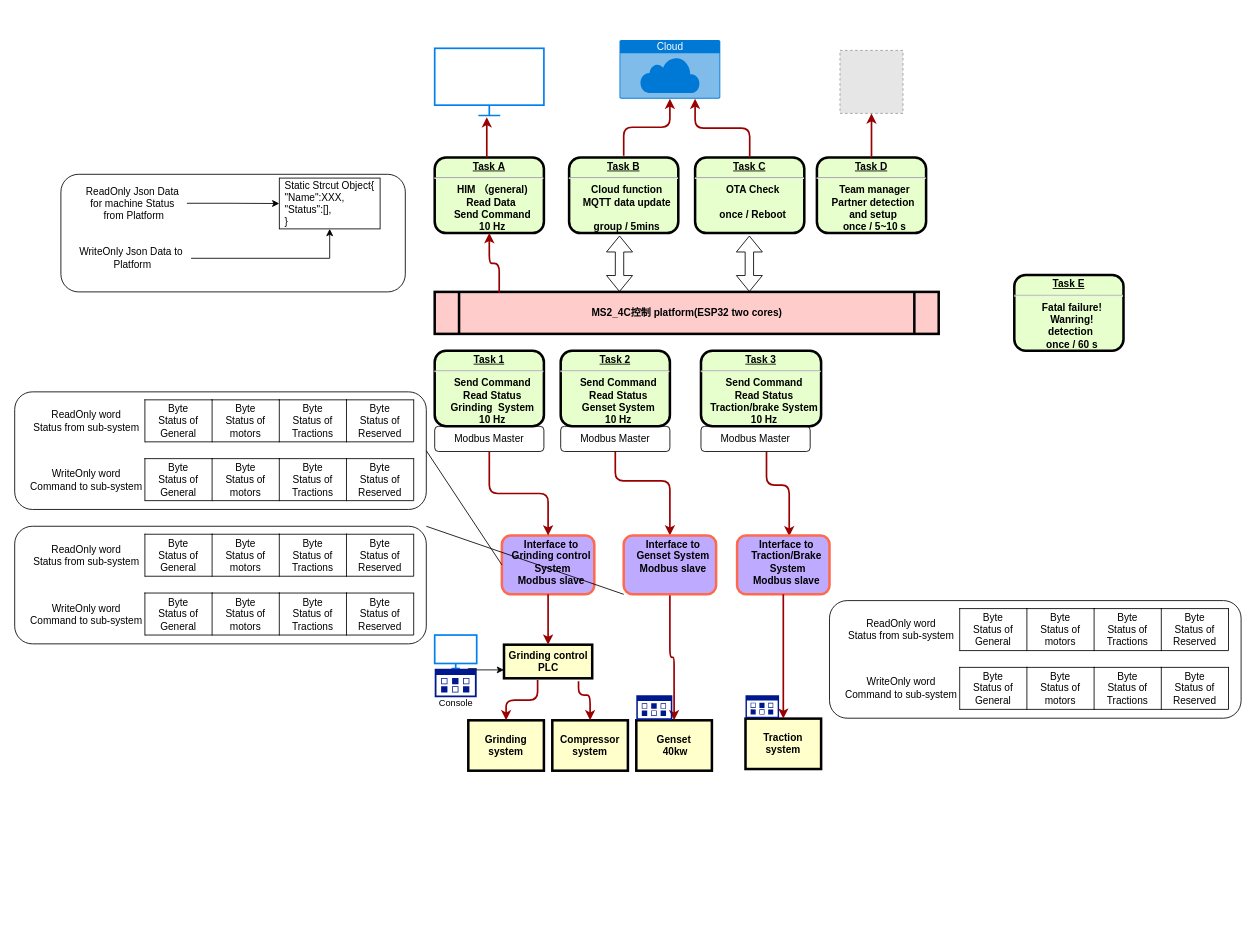
This is MS2_4C_hardware.drawio from kartwu/ESP32-wqj, a draw.io file, before an edit. Source tidied: cells renumbered, new cells numbered last; positions are measured from the earlier drawing's top-left corner, leaving out a move shared by most shapes. Both pictures are drawn from the tidied source at 84%, with x=0, y=0 at pixel (14, 39). Pictures stored in the file or linked from it are replaced by grey dashed boxes.
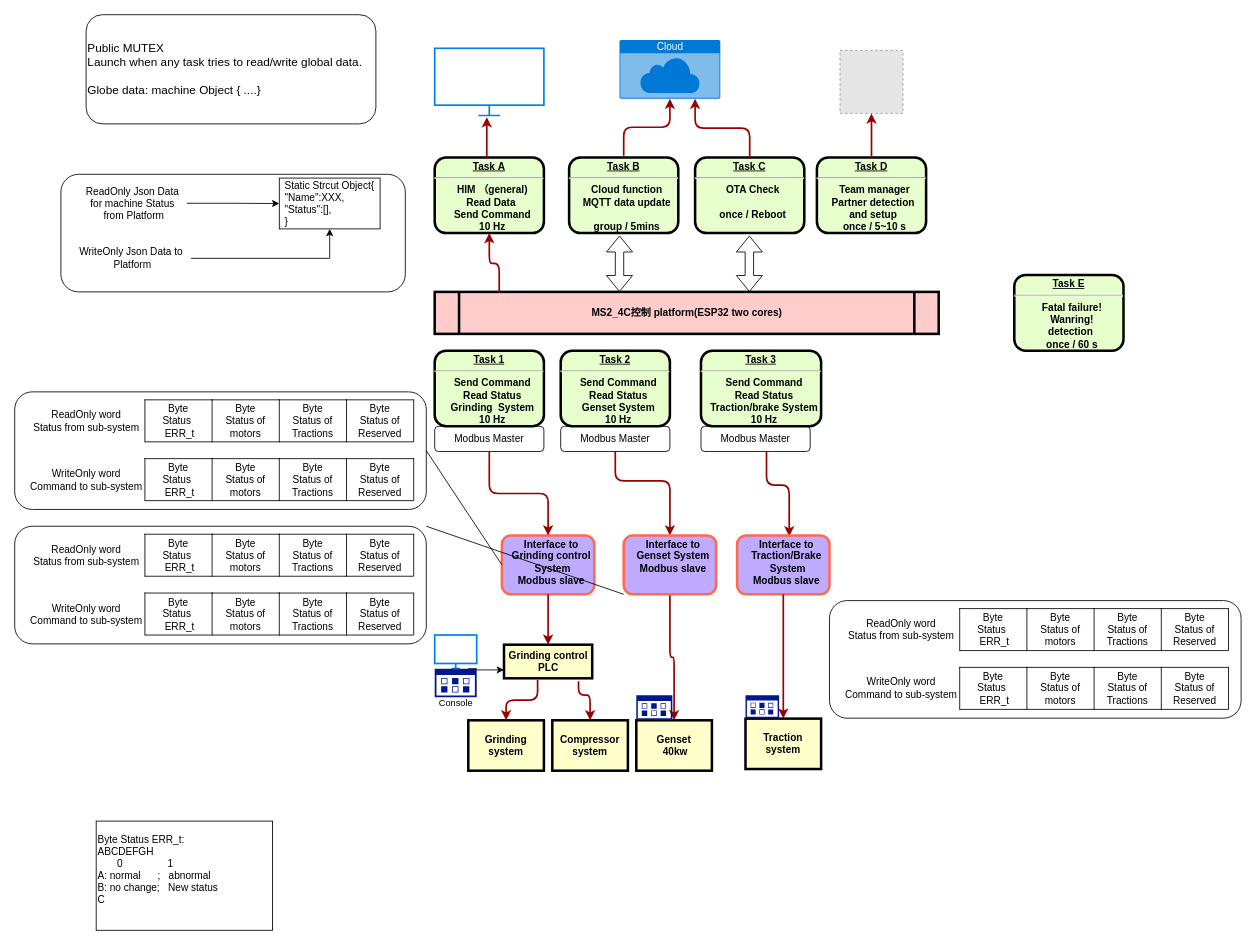
Above is the later version.

What changed in the source:
```diff
@@
-    <mxCell id="24" value="Byte&lt;br&gt;Status of General" style="shape=partialRectangle;whiteSpace=wrap;html=1;bottom=0;right=0;fillColor=none;rotation=0;" parent="1" vertex="1">
+    <mxCell id="24" value="Byte&lt;br&gt;Status&amp;nbsp;&lt;br&gt;&amp;nbsp;ERR_t" style="shape=partialRectangle;whiteSpace=wrap;html=1;bottom=0;right=0;fillColor=none;rotation=0;" parent="1" vertex="1">
       <mxGeometry x="155" y="428.5" width="80" height="50" as="geometry" />
     </mxCell>
@@
-    <mxCell id="31" value="Byte&lt;br&gt;Status of General" style="shape=partialRectangle;whiteSpace=wrap;html=1;bottom=0;right=0;fillColor=none;rotation=0;" parent="1" vertex="1">
+    <mxCell id="31" value="Byte&lt;br&gt;Status&amp;nbsp;&lt;br&gt;&amp;nbsp;ERR_t" style="shape=partialRectangle;whiteSpace=wrap;html=1;bottom=0;right=0;fillColor=none;rotation=0;" parent="1" vertex="1">
       <mxGeometry x="155" y="498.5" width="80" height="50" as="geometry" />
     </mxCell>
@@
-    <mxCell id="45" value="Byte&lt;br&gt;Status of General" style="shape=partialRectangle;whiteSpace=wrap;html=1;bottom=0;right=0;fillColor=none;rotation=0;" parent="1" vertex="1">
+    <mxCell id="45" value="Byte&lt;br&gt;Status&amp;nbsp;&lt;br&gt;&amp;nbsp;ERR_t" style="shape=partialRectangle;whiteSpace=wrap;html=1;bottom=0;right=0;fillColor=none;rotation=0;" parent="1" vertex="1">
       <mxGeometry x="155" y="588.5" width="80" height="50" as="geometry" />
     </mxCell>
@@
-    <mxCell id="52" value="Byte&lt;br&gt;Status of General" style="shape=partialRectangle;whiteSpace=wrap;html=1;bottom=0;right=0;fillColor=none;rotation=0;" parent="1" vertex="1">
+    <mxCell id="52" value="Byte&lt;br&gt;Status&amp;nbsp;&lt;br&gt;&amp;nbsp;ERR_t" style="shape=partialRectangle;whiteSpace=wrap;html=1;bottom=0;right=0;fillColor=none;rotation=0;" parent="1" vertex="1">
       <mxGeometry x="155" y="658.5" width="80" height="50" as="geometry" />
     </mxCell>
@@
-    <mxCell id="60" value="Byte&lt;br&gt;Status of General" style="shape=partialRectangle;whiteSpace=wrap;html=1;bottom=0;right=0;fillColor=none;rotation=0;" parent="1" vertex="1">
+    <mxCell id="60" value="Byte&lt;br&gt;Status&amp;nbsp;&lt;br&gt;&amp;nbsp;ERR_t" style="shape=partialRectangle;whiteSpace=wrap;html=1;bottom=0;right=0;fillColor=none;rotation=0;" parent="1" vertex="1">
       <mxGeometry x="1125" y="677" width="80" height="50" as="geometry" />
     </mxCell>
@@
-    <mxCell id="67" value="Byte&lt;br&gt;Status of General" style="shape=partialRectangle;whiteSpace=wrap;html=1;bottom=0;right=0;fillColor=none;rotation=0;" parent="1" vertex="1">
+    <mxCell id="67" value="Byte&lt;br&gt;Status&amp;nbsp;&lt;br&gt;&amp;nbsp;ERR_t" style="shape=partialRectangle;whiteSpace=wrap;html=1;bottom=0;right=0;fillColor=none;rotation=0;" parent="1" vertex="1">
       <mxGeometry x="1125" y="747" width="80" height="50" as="geometry" />
     </mxCell>
@@
+    <mxCell id="101" value="&lt;span&gt;Byte&amp;nbsp;&lt;/span&gt;&lt;span&gt;Status&lt;/span&gt;&lt;span&gt;&amp;nbsp;ERR_t:&lt;br&gt;&lt;div&gt;ABCDEFGH&lt;/div&gt;&lt;div&gt;&amp;nbsp; &amp;nbsp; &amp;nbsp; &amp;nbsp;0&amp;nbsp; &amp;nbsp; &amp;nbsp; &amp;nbsp; &amp;nbsp; &amp;nbsp; &amp;nbsp; &amp;nbsp; 1&lt;/div&gt;&lt;div&gt;A: normal&amp;nbsp; &amp;nbsp; &amp;nbsp; ;&amp;nbsp; &amp;nbsp;abnormal&lt;/div&gt;&lt;div&gt;B: no change;&amp;nbsp; &amp;nbsp;New status&lt;/div&gt;&lt;div&gt;C&amp;nbsp; &amp;nbsp;&lt;/div&gt;&lt;div&gt;&lt;br&gt;&lt;/div&gt;&lt;/span&gt;" style="rounded=0;whiteSpace=wrap;html=1;align=left;" parent="1" vertex="1">
+      <mxGeometry x="97" y="930" width="210" height="130" as="geometry" />
+    </mxCell>
+    <mxCell id="102" value="&lt;font style=&quot;font-size: 14px&quot;&gt;Public MUTEX&lt;br&gt;Launch when any task tries to read/write global data.&lt;br&gt;&lt;br&gt;Globe data: machine Object { ....}&lt;/font&gt;" style="rounded=1;whiteSpace=wrap;html=1;align=left;" parent="1" vertex="1">
+      <mxGeometry x="85" y="-30" width="345" height="130" as="geometry" />
+    </mxCell>
```
